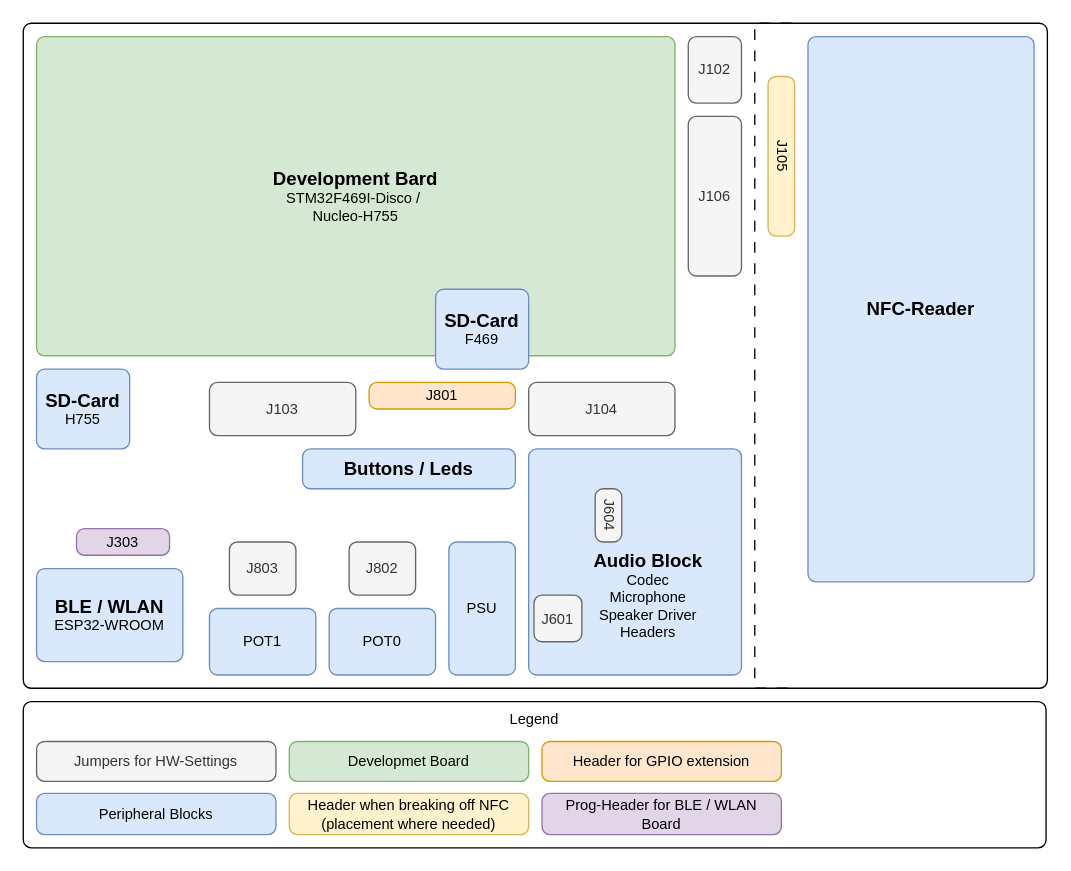
This is page "Overview" (1 of 25) of Documentation/Jumper/HardwareJumper.drawio from KROIA/Voicemail-Box, a draw.io file, before an edit. Source tidied: cells renumbered, new cells numbered last; positions are measured from the earlier drawing's top-left corner, leaving out a move shared by most shapes. Both pictures are drawn from the tidied source at 133%, with x=0, y=0 at pixel (23, 23).
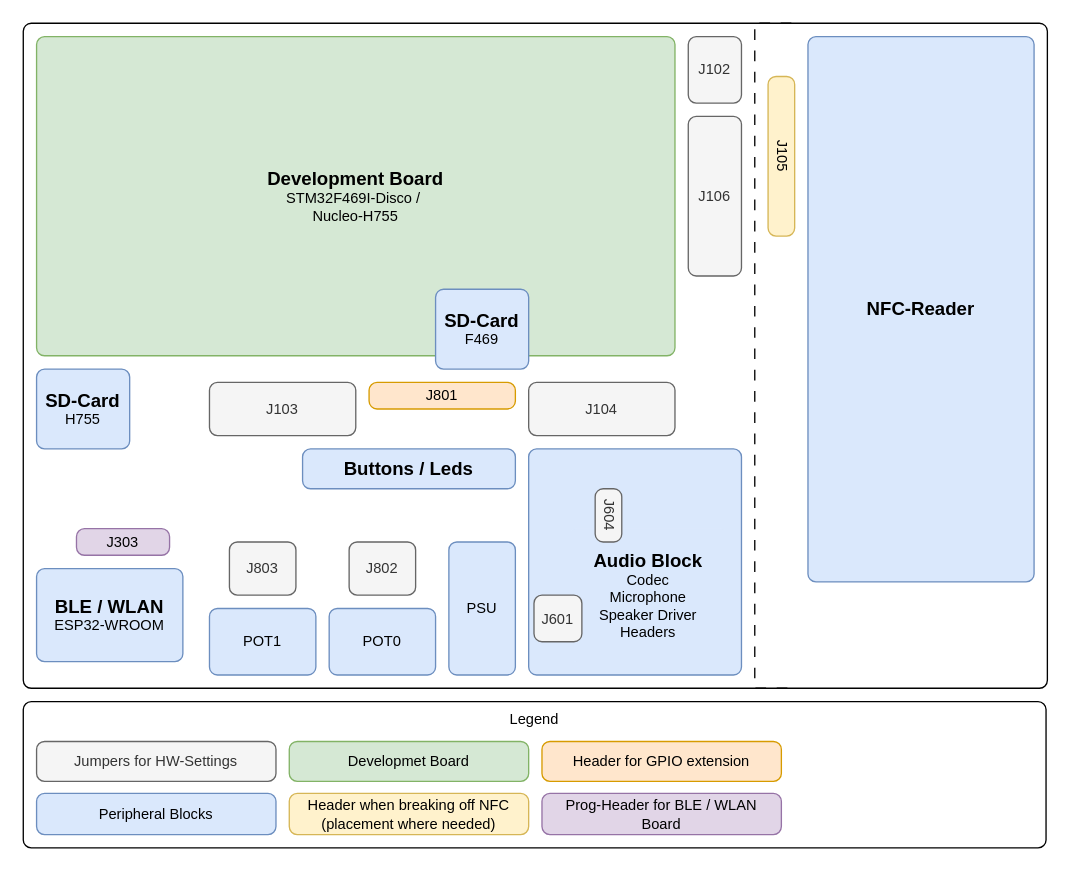
Above is the later version.

Diff of the diagram source:
```diff
@@
-    <mxCell id="5" value="&lt;b&gt;&lt;font style=&quot;font-size: 14px;&quot;&gt;Development Bard&lt;/font&gt;&lt;/b&gt;&lt;div&gt;STM32F469I-Disco /&amp;nbsp;&lt;br&gt;Nucleo-H755&lt;/div&gt;" style="rounded=1;whiteSpace=wrap;html=1;align=center;verticalAlign=middle;fontFamily=Helvetica;fontSize=11;labelBackgroundColor=none;arcSize=12;fillColor=#d5e8d4;strokeColor=#82b366;absoluteArcSize=1;fillOpacity=100;" parent="1" vertex="1">
+    <mxCell id="5" value="&lt;b&gt;&lt;font style=&quot;font-size: 14px;&quot;&gt;Development Board&lt;/font&gt;&lt;/b&gt;&lt;div&gt;STM32F469I-Disco /&amp;nbsp;&lt;br&gt;Nucleo-H755&lt;/div&gt;" style="rounded=1;whiteSpace=wrap;html=1;align=center;verticalAlign=middle;fontFamily=Helvetica;fontSize=11;labelBackgroundColor=none;arcSize=12;fillColor=#d5e8d4;strokeColor=#82b366;absoluteArcSize=1;fillOpacity=100;" parent="1" vertex="1">
       <mxGeometry x="10" y="10" width="480" height="240" as="geometry" />
     </mxCell>
```
